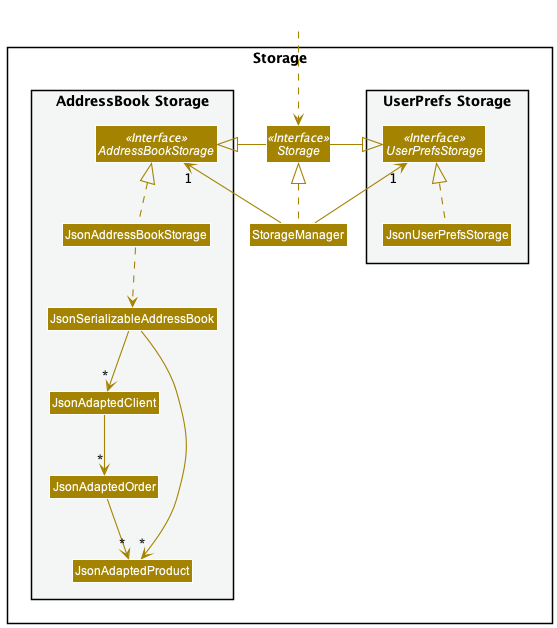
This is docs/images/StorageClassDiagram.png from nus-cs2103-AY2122S1/tp, a PlantUML export, as it was before one commit.
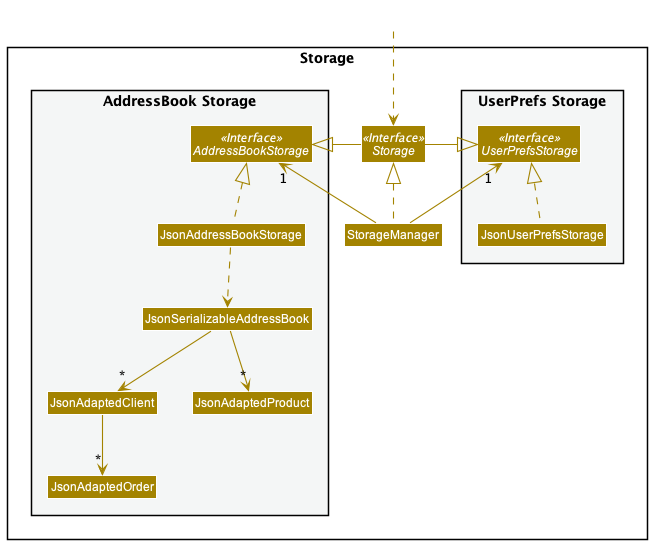
After the commit.

Commit message:
Fix DG diagram and add new logo

The edit, as a diff of the source:
```diff
@@ -40,7 +40,6 @@
 JsonAddressBookStorage ..> JsonSerializableAddressBook
 JsonSerializableAddressBook --> "*" JsonAdaptedClient
 JsonAdaptedClient --> "*" JsonAdaptedOrder
-JsonAdaptedOrder --> "*" JsonAdaptedProduct
 JsonSerializableAddressBook --> "*" JsonAdaptedProduct
 
 @enduml
```
